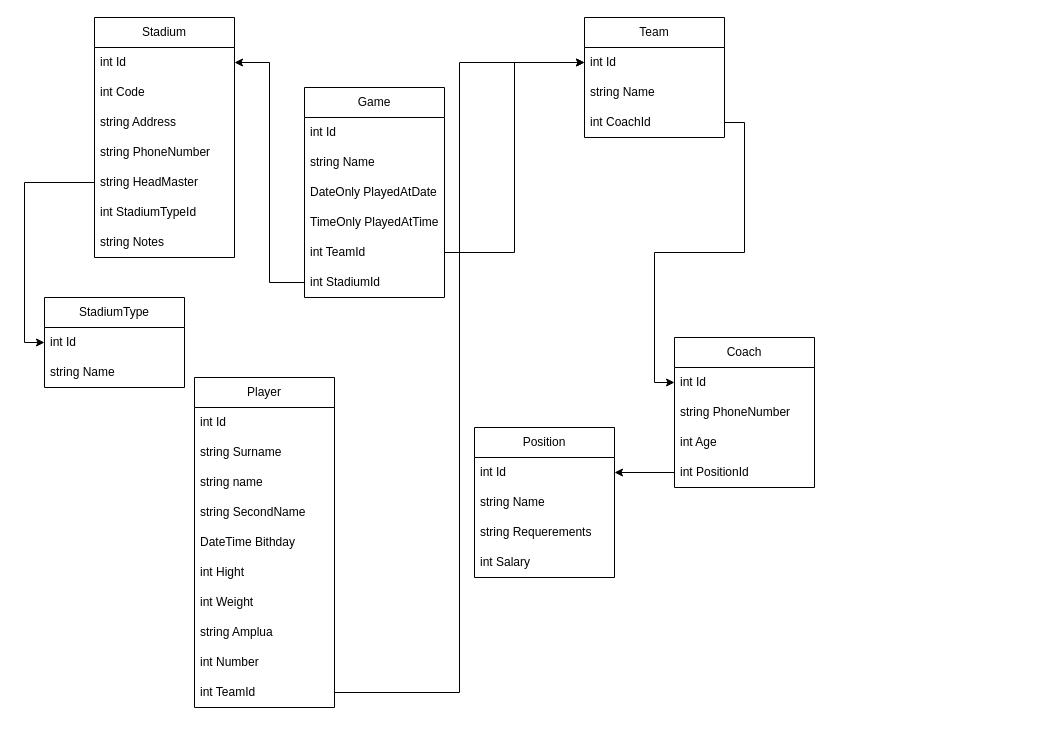
This is Таблиці.drawio from Sorokovsky/2Cource_OOP_Practice8, a draw.io file, before an edit. Source tidied: cells renumbered, new cells numbered last; positions are measured from the earlier drawing's top-left corner, leaving out a move shared by most shapes. Both pictures are drawn from the tidied source at 100%, with x=0, y=0 at pixel (44, 17).
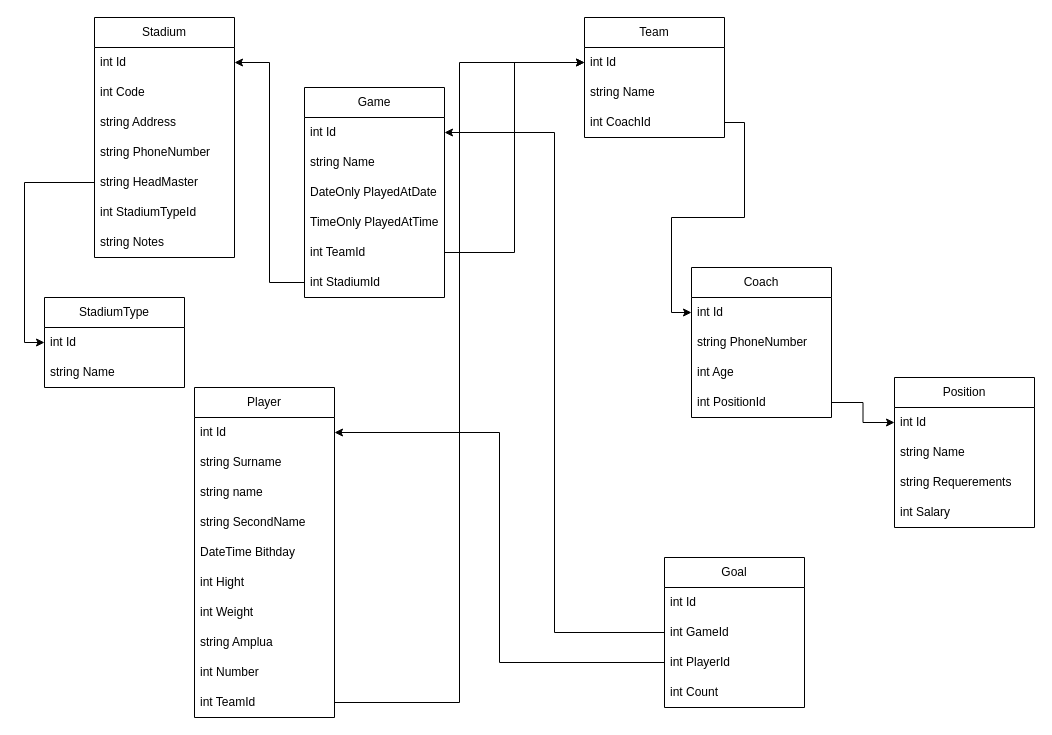
Above is the later version.

The change refers to these unchanged cells:
```xml
<mxCell id="14" value="int Id" style="text;strokeColor=none;fillColor=none;align=left;verticalAlign=middle;spacingLeft=4;spacingRight=4;overflow=hidden;points=[[0,0.5],[1,0.5]];portConstraint=eastwest;whiteSpace=wrap;html=1;" parent="13" vertex="1">
  <mxGeometry y="30" width="140" height="30" as="geometry" />
</mxCell>
<mxCell id="25" value="int Id" style="text;strokeColor=none;fillColor=none;align=left;verticalAlign=middle;spacingLeft=4;spacingRight=4;overflow=hidden;points=[[0,0.5],[1,0.5]];portConstraint=eastwest;whiteSpace=wrap;html=1;" parent="24" vertex="1">
  <mxGeometry y="30" width="140" height="30" as="geometry" />
</mxCell>
<mxCell id="36" value="int Id" style="text;strokeColor=none;fillColor=none;align=left;verticalAlign=middle;spacingLeft=4;spacingRight=4;overflow=hidden;points=[[0,0.5],[1,0.5]];portConstraint=eastwest;whiteSpace=wrap;html=1;" parent="35" vertex="1">
  <mxGeometry y="30" width="140" height="30" as="geometry" />
</mxCell>
<mxCell id="44" value="int PositionId" style="text;strokeColor=none;fillColor=none;align=left;verticalAlign=middle;spacingLeft=4;spacingRight=4;overflow=hidden;points=[[0,0.5],[1,0.5]];portConstraint=eastwest;whiteSpace=wrap;html=1;" parent="40" vertex="1">
  <mxGeometry y="120" width="140" height="30" as="geometry" />
</mxCell>
```

Diff of the diagram source:
```diff
@@
     <mxCell id="24" value="Player" style="swimlane;fontStyle=0;horizontal=1;startSize=30;whiteSpace=wrap;html=1;" parent="1" vertex="1">
-      <mxGeometry x="150" y="360" width="140" height="330" as="geometry" />
+      <mxGeometry x="150" y="370" width="140" height="330" as="geometry" />
     </mxCell>
@@
     <mxCell id="35" value="Position" style="swimlane;fontStyle=0;horizontal=1;startSize=30;whiteSpace=wrap;html=1;" parent="1" vertex="1">
-      <mxGeometry x="430" y="410" width="140" height="150" as="geometry" />
+      <mxGeometry x="850" y="360" width="140" height="150" as="geometry" />
     </mxCell>
@@
     <mxCell id="40" value="Coach" style="swimlane;fontStyle=0;horizontal=1;startSize=30;whiteSpace=wrap;html=1;" parent="1" vertex="1">
-      <mxGeometry x="630" y="320" width="140" height="150" as="geometry" />
+      <mxGeometry x="647" y="250" width="140" height="150" as="geometry" />
     </mxCell>
@@
-    <mxCell id="48" style="edgeStyle=orthogonalEdgeStyle;rounded=0;jettySize=auto;html=1;entryX=1;entryY=0.5;entryDx=0;entryDy=0;" parent="1" edge="1" source="44" target="36">
+    <mxCell id="48" style="edgeStyle=orthogonalEdgeStyle;rounded=0;jettySize=auto;html=1;entryX=0;entryY=0.5;entryDx=0;entryDy=0;" parent="1" edge="1" source="44" target="36">
       <mxGeometry relative="1" as="geometry" />
     </mxCell>
@@
+    <mxCell id="51" value="Goal" style="swimlane;fontStyle=0;horizontal=1;startSize=30;whiteSpace=wrap;html=1;" parent="1" vertex="1">
+      <mxGeometry x="620" y="540" width="140" height="150" as="geometry" />
+    </mxCell>
+    <mxCell id="52" value="int Id" style="text;strokeColor=none;fillColor=none;align=left;verticalAlign=middle;spacingLeft=4;spacingRight=4;overflow=hidden;whiteSpace=wrap;html=1;" parent="51" vertex="1">
+      <mxGeometry y="30" width="140" height="30" as="geometry" />
+    </mxCell>
+    <mxCell id="53" value="int GameId" style="text;strokeColor=none;fillColor=none;align=left;verticalAlign=middle;spacingLeft=4;spacingRight=4;overflow=hidden;points=[[0,0.5],[1,0.5]];portConstraint=eastwest;whiteSpace=wrap;html=1;" parent="51" vertex="1">
+      <mxGeometry y="60" width="140" height="30" as="geometry" />
+    </mxCell>
+    <mxCell id="54" value="int PlayerId" style="text;strokeColor=none;fillColor=none;align=left;verticalAlign=middle;spacingLeft=4;spacingRight=4;overflow=hidden;points=[[0,0.5],[1,0.5]];portConstraint=eastwest;whiteSpace=wrap;html=1;" parent="51" vertex="1">
+      <mxGeometry y="90" width="140" height="30" as="geometry" />
+    </mxCell>
+    <mxCell id="55" value="int Count" style="text;strokeColor=none;fillColor=none;align=left;verticalAlign=middle;spacingLeft=4;spacingRight=4;overflow=hidden;whiteSpace=wrap;html=1;" parent="51" vertex="1">
+      <mxGeometry y="120" width="140" height="30" as="geometry" />
+    </mxCell>
+    <mxCell id="56" style="edgeStyle=orthogonalEdgeStyle;rounded=0;jettySize=auto;html=1;entryX=1;entryY=0.5;entryDx=0;entryDy=0;" parent="1" edge="1" source="53" target="14">
+      <mxGeometry relative="1" as="geometry" />
+    </mxCell>
+    <mxCell id="57" style="edgeStyle=orthogonalEdgeStyle;rounded=0;jettySize=auto;html=1;entryX=1;entryY=0.5;entryDx=0;entryDy=0;" parent="1" edge="1" source="54" target="25">
+      <mxGeometry relative="1" as="geometry" />
+    </mxCell>
```
